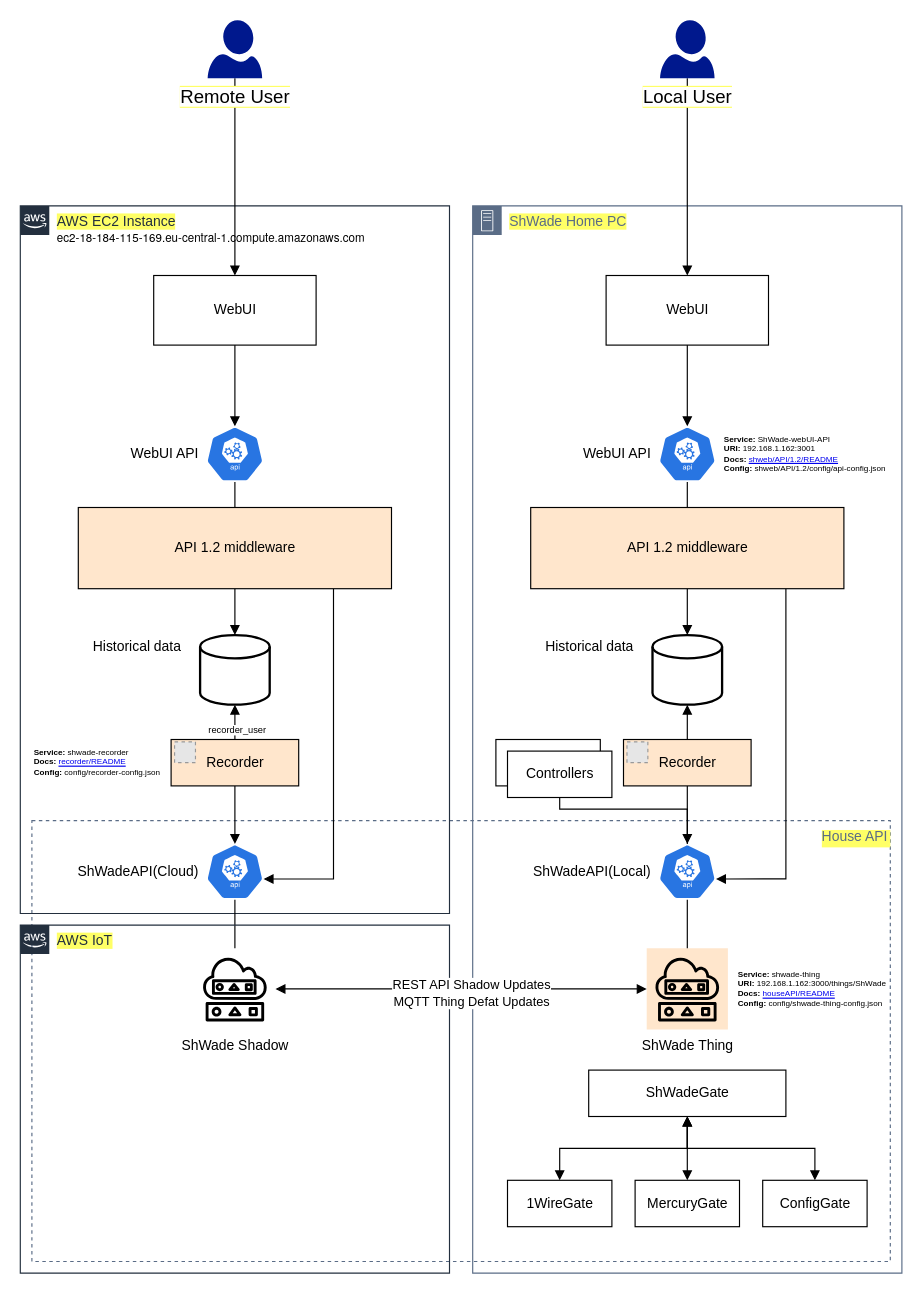
Earlier version of the draw.io diagram doc/ShWade architecture.drawio (Shden/Shden). Source tidied: cells renumbered, new cells numbered last; positions are measured from the earlier drawing's top-left corner, leaving out a move shared by most shapes. Both pictures are drawn from the tidied source at 116%, with x=0, y=0 at pixel (20, 20). Pictures stored in the file or linked from it are replaced by grey dashed boxes.
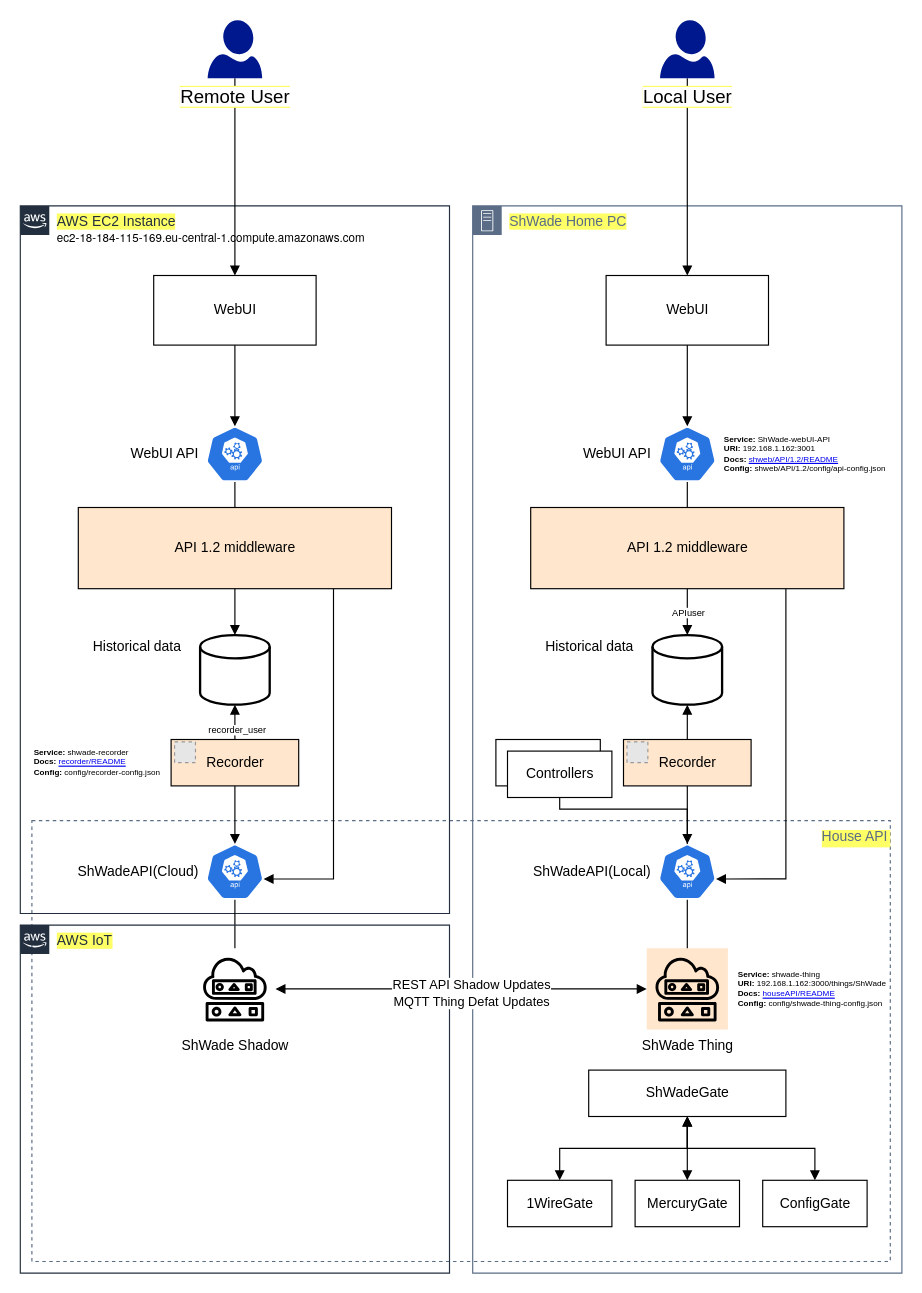
After the change.

The change refers to these unchanged cells:
```xml
<mxCell id="31" style="edgeStyle=orthogonalEdgeStyle;rounded=0;jettySize=auto;html=1;exitX=0.5;exitY=1;exitDx=0;exitDy=0;startArrow=none;startFill=0;endArrow=block;endFill=1;fontSize=16;" parent="1" edge="1" source="33" target="24">
  <mxGeometry relative="1" as="geometry" />
</mxCell>
```

Change to the diagram source:
```diff
@@
+    <mxCell id="63" value="APIuser" style="edgeLabel;html=1;align=center;verticalAlign=middle;fontSize=8;" parent="31" vertex="1">
+      <mxGeometry relative="1" as="geometry" />
+    </mxCell>
```
